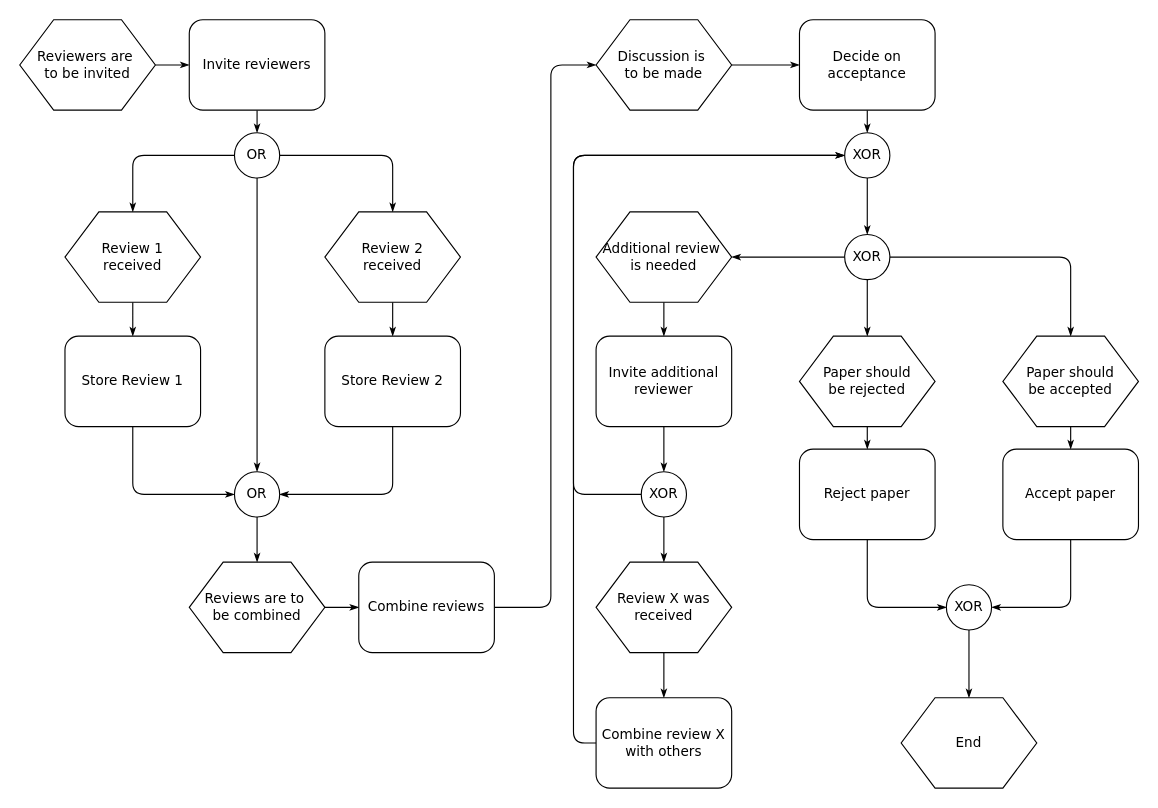
The draw.io diagram 各种系统图/在线测试 Diagram.drawio in loword/student, before the edit. Source tidied: cells renumbered, new cells numbered last; positions are measured from the earlier drawing's top-left corner, leaving out a move shared by most shapes. Both pictures are drawn from the tidied source at 113%, with x=0, y=0 at pixel (19, 19).
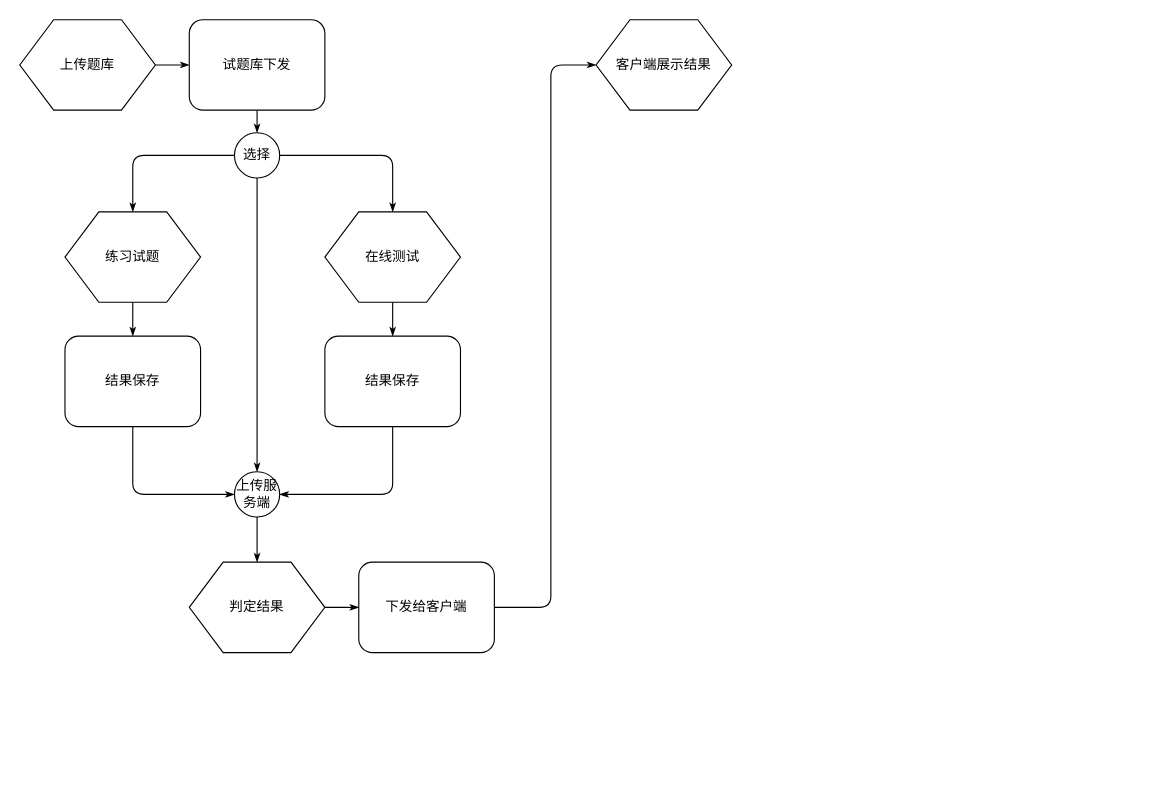
Above is the later version.

The edit, as a diff of the source:
```diff
@@
-    <mxCell id="3" value="Reviewers are&amp;nbsp;&lt;div&gt;to&amp;nbsp;&lt;span&gt;be invited&lt;/span&gt;&lt;/div&gt;" style="shape=hexagon;perimeter=hexagonPerimeter;whiteSpace=wrap;html=1;rounded=0;shadow=0;labelBackgroundColor=none;strokeColor=#000000;strokeWidth=1;fillColor=#ffffff;fontFamily=Verdana;fontSize=12;fontColor=#000000;align=center;" parent="1" vertex="1">
+    <mxCell id="3" value="上传题库" style="shape=hexagon;perimeter=hexagonPerimeter;whiteSpace=wrap;html=1;rounded=0;shadow=0;labelBackgroundColor=none;strokeColor=#000000;strokeWidth=1;fillColor=#ffffff;fontFamily=Verdana;fontSize=12;fontColor=#000000;align=center;" parent="1" vertex="1">
       <mxGeometry width="120" height="80" as="geometry" />
     </mxCell>
@@
-    <mxCell id="5" value="Invite reviewers" style="rounded=1;whiteSpace=wrap;html=1;shadow=0;labelBackgroundColor=none;strokeColor=#000000;strokeWidth=1;fillColor=#ffffff;fontFamily=Verdana;fontSize=12;fontColor=#000000;align=center;" parent="1" vertex="1">
+    <mxCell id="5" value="试题库下发" style="rounded=1;whiteSpace=wrap;html=1;shadow=0;labelBackgroundColor=none;strokeColor=#000000;strokeWidth=1;fillColor=#ffffff;fontFamily=Verdana;fontSize=12;fontColor=#000000;align=center;" parent="1" vertex="1">
       <mxGeometry x="150" width="120" height="80" as="geometry" />
     </mxCell>
@@
-    <mxCell id="9" value="OR" style="ellipse;whiteSpace=wrap;html=1;rounded=1;shadow=0;labelBackgroundColor=none;strokeColor=#000000;strokeWidth=1;fillColor=#ffffff;fontFamily=Verdana;fontSize=12;fontColor=#000000;align=center;" parent="1" vertex="1">
+    <mxCell id="9" value="选择" style="ellipse;whiteSpace=wrap;html=1;rounded=1;shadow=0;labelBackgroundColor=none;strokeColor=#000000;strokeWidth=1;fillColor=#ffffff;fontFamily=Verdana;fontSize=12;fontColor=#000000;align=center;" parent="1" vertex="1">
       <mxGeometry x="190" y="100" width="40" height="40" as="geometry" />
     </mxCell>
@@
-    <mxCell id="11" value="Review 1&lt;div&gt;received&lt;/div&gt;" style="shape=hexagon;perimeter=hexagonPerimeter;whiteSpace=wrap;html=1;rounded=0;shadow=0;labelBackgroundColor=none;strokeColor=#000000;strokeWidth=1;fillColor=#ffffff;fontFamily=Verdana;fontSize=12;fontColor=#000000;align=center;" parent="1" vertex="1">
+    <mxCell id="11" value="练习试题" style="shape=hexagon;perimeter=hexagonPerimeter;whiteSpace=wrap;html=1;rounded=0;shadow=0;labelBackgroundColor=none;strokeColor=#000000;strokeWidth=1;fillColor=#ffffff;fontFamily=Verdana;fontSize=12;fontColor=#000000;align=center;" parent="1" vertex="1">
       <mxGeometry x="40" y="170" width="120" height="80" as="geometry" />
     </mxCell>
@@
-    <mxCell id="13" value="Review 2&lt;div&gt;received&lt;/div&gt;" style="shape=hexagon;perimeter=hexagonPerimeter;whiteSpace=wrap;html=1;rounded=0;shadow=0;labelBackgroundColor=none;strokeColor=#000000;strokeWidth=1;fillColor=#ffffff;fontFamily=Verdana;fontSize=12;fontColor=#000000;align=center;" parent="1" vertex="1">
+    <mxCell id="13" value="在线测试&lt;br&gt;" style="shape=hexagon;perimeter=hexagonPerimeter;whiteSpace=wrap;html=1;rounded=0;shadow=0;labelBackgroundColor=none;strokeColor=#000000;strokeWidth=1;fillColor=#ffffff;fontFamily=Verdana;fontSize=12;fontColor=#000000;align=center;" parent="1" vertex="1">
       <mxGeometry x="270" y="170" width="120" height="80" as="geometry" />
     </mxCell>
@@
-    <mxCell id="15" value="Store Review 1" style="rounded=1;whiteSpace=wrap;html=1;shadow=0;labelBackgroundColor=none;strokeColor=#000000;strokeWidth=1;fillColor=#ffffff;fontFamily=Verdana;fontSize=12;fontColor=#000000;align=center;" parent="1" vertex="1">
+    <mxCell id="15" value="结果保存" style="rounded=1;whiteSpace=wrap;html=1;shadow=0;labelBackgroundColor=none;strokeColor=#000000;strokeWidth=1;fillColor=#ffffff;fontFamily=Verdana;fontSize=12;fontColor=#000000;align=center;" parent="1" vertex="1">
       <mxGeometry x="40" y="280" width="120" height="80" as="geometry" />
     </mxCell>
@@
-    <mxCell id="17" value="Store Review 2" style="rounded=1;whiteSpace=wrap;html=1;shadow=0;labelBackgroundColor=none;strokeColor=#000000;strokeWidth=1;fillColor=#ffffff;fontFamily=Verdana;fontSize=12;fontColor=#000000;align=center;" parent="1" vertex="1">
+    <mxCell id="17" value="结果保存" style="rounded=1;whiteSpace=wrap;html=1;shadow=0;labelBackgroundColor=none;strokeColor=#000000;strokeWidth=1;fillColor=#ffffff;fontFamily=Verdana;fontSize=12;fontColor=#000000;align=center;" parent="1" vertex="1">
       <mxGeometry x="270" y="280" width="120" height="80" as="geometry" />
     </mxCell>
@@
-    <mxCell id="19" value="OR" style="ellipse;whiteSpace=wrap;html=1;rounded=1;shadow=0;labelBackgroundColor=none;strokeColor=#000000;strokeWidth=1;fillColor=#ffffff;fontFamily=Verdana;fontSize=12;fontColor=#000000;align=center;" parent="1" vertex="1">
+    <mxCell id="19" value="上传服务端" style="ellipse;whiteSpace=wrap;html=1;rounded=1;shadow=0;labelBackgroundColor=none;strokeColor=#000000;strokeWidth=1;fillColor=#ffffff;fontFamily=Verdana;fontSize=12;fontColor=#000000;align=center;" parent="1" vertex="1">
       <mxGeometry x="190" y="400" width="40" height="40" as="geometry" />
     </mxCell>
@@
-    <mxCell id="21" value="Reviews are to&amp;nbsp;&lt;div&gt;be combined&lt;/div&gt;" style="shape=hexagon;perimeter=hexagonPerimeter;whiteSpace=wrap;html=1;rounded=0;shadow=0;labelBackgroundColor=none;strokeColor=#000000;strokeWidth=1;fillColor=#ffffff;fontFamily=Verdana;fontSize=12;fontColor=#000000;align=center;" parent="1" vertex="1">
+    <mxCell id="21" value="判定结果&lt;br&gt;" style="shape=hexagon;perimeter=hexagonPerimeter;whiteSpace=wrap;html=1;rounded=0;shadow=0;labelBackgroundColor=none;strokeColor=#000000;strokeWidth=1;fillColor=#ffffff;fontFamily=Verdana;fontSize=12;fontColor=#000000;align=center;" parent="1" vertex="1">
       <mxGeometry x="150" y="480" width="120" height="80" as="geometry" />
     </mxCell>
@@
-    <mxCell id="23" value="Combine reviews" style="rounded=1;whiteSpace=wrap;html=1;shadow=0;labelBackgroundColor=none;strokeColor=#000000;strokeWidth=1;fillColor=#ffffff;fontFamily=Verdana;fontSize=12;fontColor=#000000;align=center;" parent="1" vertex="1">
+    <mxCell id="23" value="下发给客户端" style="rounded=1;whiteSpace=wrap;html=1;shadow=0;labelBackgroundColor=none;strokeColor=#000000;strokeWidth=1;fillColor=#ffffff;fontFamily=Verdana;fontSize=12;fontColor=#000000;align=center;" parent="1" vertex="1">
       <mxGeometry x="300" y="480" width="120" height="80" as="geometry" />
     </mxCell>
-    <mxCell id="24" style="edgeStyle=orthogonalEdgeStyle;rounded=1;html=1;labelBackgroundColor=none;startArrow=none;startFill=0;startSize=5;endArrow=classicThin;endFill=1;endSize=5;jettySize=auto;strokeColor=#000000;strokeWidth=1;fontFamily=Verdana;fontSize=8;fontColor=#000000;" parent="1" edge="1" source="25" target="27">
-      <mxGeometry relative="1" as="geometry" />
-    </mxCell>
-    <mxCell id="25" value="Discussion is&amp;nbsp;&lt;div&gt;to be made&lt;/div&gt;" style="shape=hexagon;perimeter=hexagonPerimeter;whiteSpace=wrap;html=1;rounded=0;shadow=0;labelBackgroundColor=none;strokeColor=#000000;strokeWidth=1;fillColor=#ffffff;fontFamily=Verdana;fontSize=12;fontColor=#000000;align=center;" parent="1" vertex="1">
+    <mxCell id="25" value="客户端展示结果&lt;br&gt;" style="shape=hexagon;perimeter=hexagonPerimeter;whiteSpace=wrap;html=1;rounded=0;shadow=0;labelBackgroundColor=none;strokeColor=#000000;strokeWidth=1;fillColor=#ffffff;fontFamily=Verdana;fontSize=12;fontColor=#000000;align=center;" parent="1" vertex="1">
       <mxGeometry x="510" width="120" height="80" as="geometry" />
     </mxCell>
-    <mxCell id="26" style="edgeStyle=orthogonalEdgeStyle;rounded=1;html=1;labelBackgroundColor=none;startArrow=none;startFill=0;startSize=5;endArrow=classicThin;endFill=1;endSize=5;jettySize=auto;strokeColor=#000000;strokeWidth=1;fontFamily=Verdana;fontSize=8;fontColor=#000000;" parent="1" edge="1" source="27" target="29">
-      <mxGeometry relative="1" as="geometry" />
-    </mxCell>
-    <mxCell id="27" value="Decide on acceptance" style="rounded=1;whiteSpace=wrap;html=1;shadow=0;labelBackgroundColor=none;strokeColor=#000000;strokeWidth=1;fillColor=#ffffff;fontFamily=Verdana;fontSize=12;fontColor=#000000;align=center;" parent="1" vertex="1">
-      <mxGeometry x="690" width="120" height="80" as="geometry" />
-    </mxCell>
-    <mxCell id="28" style="edgeStyle=orthogonalEdgeStyle;rounded=1;html=1;labelBackgroundColor=none;startArrow=none;startFill=0;startSize=5;endArrow=classicThin;endFill=1;endSize=5;jettySize=auto;strokeColor=#000000;strokeWidth=1;fontFamily=Verdana;fontSize=8;fontColor=#000000;" parent="1" edge="1" source="29" target="35">
-      <mxGeometry relative="1" as="geometry" />
-    </mxCell>
-    <mxCell id="29" value="XOR" style="ellipse;whiteSpace=wrap;html=1;rounded=1;shadow=0;labelBackgroundColor=none;strokeColor=#000000;strokeWidth=1;fillColor=#ffffff;fontFamily=Verdana;fontSize=12;fontColor=#000000;align=center;" parent="1" vertex="1">
-      <mxGeometry x="730" y="100" width="40" height="40" as="geometry" />
-    </mxCell>
-    <mxCell id="30" style="edgeStyle=orthogonalEdgeStyle;rounded=1;html=1;labelBackgroundColor=none;startArrow=none;startFill=0;startSize=5;endArrow=classicThin;endFill=1;endSize=5;jettySize=auto;strokeColor=#000000;strokeWidth=1;fontFamily=Verdana;fontSize=8;fontColor=#000000;" parent="1" edge="1" source="31" target="37">
-      <mxGeometry relative="1" as="geometry" />
-    </mxCell>
-    <mxCell id="31" value="Additional review&amp;nbsp;&lt;div&gt;is needed&lt;/div&gt;" style="shape=hexagon;perimeter=hexagonPerimeter;whiteSpace=wrap;html=1;rounded=0;shadow=0;labelBackgroundColor=none;strokeColor=#000000;strokeWidth=1;fillColor=#ffffff;fontFamily=Verdana;fontSize=12;fontColor=#000000;align=center;" parent="1" vertex="1">
-      <mxGeometry x="510" y="170" width="120" height="80" as="geometry" />
-    </mxCell>
-    <mxCell id="32" style="edgeStyle=orthogonalEdgeStyle;rounded=1;html=1;labelBackgroundColor=none;startArrow=none;startFill=0;startSize=5;endArrow=classicThin;endFill=1;endSize=5;jettySize=auto;strokeColor=#000000;strokeWidth=1;fontFamily=Verdana;fontSize=8;fontColor=#000000;" parent="1" edge="1" source="35" target="39">
-      <mxGeometry relative="1" as="geometry" />
-    </mxCell>
-    <mxCell id="33" style="edgeStyle=orthogonalEdgeStyle;rounded=1;html=1;labelBackgroundColor=none;startArrow=none;startFill=0;startSize=5;endArrow=classicThin;endFill=1;endSize=5;jettySize=auto;strokeColor=#000000;strokeWidth=1;fontFamily=Verdana;fontSize=8;fontColor=#000000;" parent="1" edge="1" source="35" target="41">
-      <mxGeometry relative="1" as="geometry" />
-    </mxCell>
-    <mxCell id="34" style="edgeStyle=orthogonalEdgeStyle;rounded=1;html=1;labelBackgroundColor=none;startArrow=none;startFill=0;startSize=5;endArrow=classicThin;endFill=1;endSize=5;jettySize=auto;strokeColor=#000000;strokeWidth=1;fontFamily=Verdana;fontSize=8;fontColor=#000000;" parent="1" edge="1" source="35" target="31">
-      <mxGeometry relative="1" as="geometry" />
-    </mxCell>
-    <mxCell id="35" value="XOR" style="ellipse;whiteSpace=wrap;html=1;rounded=1;shadow=0;labelBackgroundColor=none;strokeColor=#000000;strokeWidth=1;fillColor=#ffffff;fontFamily=Verdana;fontSize=12;fontColor=#000000;align=center;" parent="1" vertex="1">
-      <mxGeometry x="730" y="190" width="40" height="40" as="geometry" />
-    </mxCell>
-    <mxCell id="36" style="edgeStyle=orthogonalEdgeStyle;rounded=1;html=1;labelBackgroundColor=none;startArrow=none;startFill=0;startSize=5;endArrow=classicThin;endFill=1;endSize=5;jettySize=auto;strokeColor=#000000;strokeWidth=1;fontFamily=Verdana;fontSize=8;fontColor=#000000;" parent="1" edge="1" source="37" target="44">
-      <mxGeometry relative="1" as="geometry" />
-    </mxCell>
-    <mxCell id="37" value="Invite additional reviewer" style="rounded=1;whiteSpace=wrap;html=1;shadow=0;labelBackgroundColor=none;strokeColor=#000000;strokeWidth=1;fillColor=#ffffff;fontFamily=Verdana;fontSize=12;fontColor=#000000;align=center;" parent="1" vertex="1">
-      <mxGeometry x="510" y="280" width="120" height="80" as="geometry" />
-    </mxCell>
-    <mxCell id="38" style="edgeStyle=orthogonalEdgeStyle;rounded=1;html=1;labelBackgroundColor=none;startArrow=none;startFill=0;startSize=5;endArrow=classicThin;endFill=1;endSize=5;jettySize=auto;strokeColor=#000000;strokeWidth=1;fontFamily=Verdana;fontSize=8;fontColor=#000000;" parent="1" edge="1" source="39" target="46">
-      <mxGeometry relative="1" as="geometry" />
-    </mxCell>
-    <mxCell id="39" value="Paper should&lt;div&gt;be rejected&lt;/div&gt;" style="shape=hexagon;perimeter=hexagonPerimeter;whiteSpace=wrap;html=1;rounded=0;shadow=0;labelBackgroundColor=none;strokeColor=#000000;strokeWidth=1;fillColor=#ffffff;fontFamily=Verdana;fontSize=12;fontColor=#000000;align=center;" parent="1" vertex="1">
-      <mxGeometry x="690" y="280" width="120" height="80" as="geometry" />
-    </mxCell>
-    <mxCell id="40" style="edgeStyle=orthogonalEdgeStyle;rounded=1;html=1;labelBackgroundColor=none;startArrow=none;startFill=0;startSize=5;endArrow=classicThin;endFill=1;endSize=5;jettySize=auto;strokeColor=#000000;strokeWidth=1;fontFamily=Verdana;fontSize=8;fontColor=#000000;" parent="1" edge="1" source="41" target="48">
-      <mxGeometry relative="1" as="geometry" />
-    </mxCell>
-    <mxCell id="41" value="Paper should&lt;div&gt;be accepted&lt;/div&gt;" style="shape=hexagon;perimeter=hexagonPerimeter;whiteSpace=wrap;html=1;rounded=0;shadow=0;labelBackgroundColor=none;strokeColor=#000000;strokeWidth=1;fillColor=#ffffff;fontFamily=Verdana;fontSize=12;fontColor=#000000;align=center;" parent="1" vertex="1">
-      <mxGeometry x="870" y="280" width="120" height="80" as="geometry" />
-    </mxCell>
-    <mxCell id="42" style="edgeStyle=orthogonalEdgeStyle;rounded=1;html=1;labelBackgroundColor=none;startArrow=none;startFill=0;startSize=5;endArrow=classicThin;endFill=1;endSize=5;jettySize=auto;strokeColor=#000000;strokeWidth=1;fontFamily=Verdana;fontSize=8;fontColor=#000000;" parent="1" edge="1" source="44" target="50">
-      <mxGeometry relative="1" as="geometry" />
-    </mxCell>
-    <mxCell id="43" style="edgeStyle=orthogonalEdgeStyle;rounded=1;html=1;labelBackgroundColor=none;startArrow=none;startFill=0;startSize=5;endArrow=classicThin;endFill=1;endSize=5;jettySize=auto;strokeColor=#000000;strokeWidth=1;fontFamily=Verdana;fontSize=8;fontColor=#000000;" parent="1" edge="1" source="44" target="29">
+    <mxCell id="43" style="edgeStyle=orthogonalEdgeStyle;rounded=1;html=1;labelBackgroundColor=none;startArrow=none;startFill=0;startSize=5;endArrow=classicThin;endFill=1;endSize=5;jettySize=auto;orthogonalLoop=1;strokeColor=#000000;strokeWidth=1;fontFamily=Verdana;fontSize=8;fontColor=#000000;" parent="1" edge="1">
       <mxGeometry relative="1" as="geometry">
+        <mxPoint x="730" y="120" as="targetPoint" />
         <Array as="points">
           <mxPoint x="490" y="420" />
           <mxPoint x="490" y="120" />
         </Array>
       </mxGeometry>
     </mxCell>
-    <mxCell id="44" value="XOR" style="ellipse;whiteSpace=wrap;html=1;rounded=1;shadow=0;labelBackgroundColor=none;strokeColor=#000000;strokeWidth=1;fillColor=#ffffff;fontFamily=Verdana;fontSize=12;fontColor=#000000;align=center;" parent="1" vertex="1">
-      <mxGeometry x="550" y="400" width="40" height="40" as="geometry" />
-    </mxCell>
-    <mxCell id="45" style="edgeStyle=orthogonalEdgeStyle;rounded=1;html=1;labelBackgroundColor=none;startArrow=none;startFill=0;startSize=5;endArrow=classicThin;endFill=1;endSize=5;jettySize=auto;strokeColor=#000000;strokeWidth=1;fontFamily=Verdana;fontSize=8;fontColor=#000000;" parent="1" edge="1" source="46" target="52">
-      <mxGeometry relative="1" as="geometry">
-        <Array as="points">
-          <mxPoint x="750" y="520" />
-        </Array>
-      </mxGeometry>
-    </mxCell>
-    <mxCell id="46" value="Reject paper" style="rounded=1;whiteSpace=wrap;html=1;shadow=0;labelBackgroundColor=none;strokeColor=#000000;strokeWidth=1;fillColor=#ffffff;fontFamily=Verdana;fontSize=12;fontColor=#000000;align=center;" parent="1" vertex="1">
-      <mxGeometry x="690" y="380" width="120" height="80" as="geometry" />
-    </mxCell>
-    <mxCell id="47" style="edgeStyle=orthogonalEdgeStyle;rounded=1;html=1;labelBackgroundColor=none;startArrow=none;startFill=0;startSize=5;endArrow=classicThin;endFill=1;endSize=5;jettySize=auto;strokeColor=#000000;strokeWidth=1;fontFamily=Verdana;fontSize=8;fontColor=#000000;" parent="1" edge="1" source="48" target="52">
-      <mxGeometry relative="1" as="geometry">
-        <Array as="points">
-          <mxPoint x="930" y="520" />
-        </Array>
-      </mxGeometry>
-    </mxCell>
-    <mxCell id="48" value="Accept paper" style="rounded=1;whiteSpace=wrap;html=1;shadow=0;labelBackgroundColor=none;strokeColor=#000000;strokeWidth=1;fillColor=#ffffff;fontFamily=Verdana;fontSize=12;fontColor=#000000;align=center;" parent="1" vertex="1">
-      <mxGeometry x="870" y="380" width="120" height="80" as="geometry" />
-    </mxCell>
-    <mxCell id="49" style="edgeStyle=orthogonalEdgeStyle;rounded=1;html=1;labelBackgroundColor=none;startArrow=none;startFill=0;startSize=5;endArrow=classicThin;endFill=1;endSize=5;jettySize=auto;strokeColor=#000000;strokeWidth=1;fontFamily=Verdana;fontSize=8;fontColor=#000000;" parent="1" edge="1" source="50" target="55">
-      <mxGeometry relative="1" as="geometry" />
-    </mxCell>
-    <mxCell id="50" value="Review X was received" style="shape=hexagon;perimeter=hexagonPerimeter;whiteSpace=wrap;html=1;rounded=0;shadow=0;labelBackgroundColor=none;strokeColor=#000000;strokeWidth=1;fillColor=#ffffff;fontFamily=Verdana;fontSize=12;fontColor=#000000;align=center;" parent="1" vertex="1">
-      <mxGeometry x="510" y="480" width="120" height="80" as="geometry" />
-    </mxCell>
-    <mxCell id="51" style="edgeStyle=orthogonalEdgeStyle;rounded=1;html=1;labelBackgroundColor=none;startArrow=none;startFill=0;startSize=5;endArrow=classicThin;endFill=1;endSize=5;jettySize=auto;strokeColor=#000000;strokeWidth=1;fontFamily=Verdana;fontSize=8;fontColor=#000000;" parent="1" edge="1" source="52" target="53">
-      <mxGeometry relative="1" as="geometry" />
-    </mxCell>
-    <mxCell id="52" value="XOR" style="ellipse;whiteSpace=wrap;html=1;rounded=1;shadow=0;labelBackgroundColor=none;strokeColor=#000000;strokeWidth=1;fillColor=#ffffff;fontFamily=Verdana;fontSize=12;fontColor=#000000;align=center;" parent="1" vertex="1">
-      <mxGeometry x="820" y="500" width="40" height="40" as="geometry" />
-    </mxCell>
-    <mxCell id="53" value="End" style="shape=hexagon;perimeter=hexagonPerimeter;whiteSpace=wrap;html=1;rounded=0;shadow=0;labelBackgroundColor=none;strokeColor=#000000;strokeWidth=1;fillColor=#ffffff;fontFamily=Verdana;fontSize=12;fontColor=#000000;align=center;" parent="1" vertex="1">
-      <mxGeometry x="780" y="600" width="120" height="80" as="geometry" />
-    </mxCell>
-    <mxCell id="54" style="edgeStyle=orthogonalEdgeStyle;rounded=1;html=1;labelBackgroundColor=none;startArrow=none;startFill=0;startSize=5;endArrow=classicThin;endFill=1;endSize=5;jettySize=auto;strokeColor=#000000;strokeWidth=1;fontFamily=Verdana;fontSize=8;fontColor=#000000;" parent="1" edge="1" source="55" target="29">
-      <mxGeometry relative="1" as="geometry">
-        <Array as="points">
-          <mxPoint x="490" y="640" />
-          <mxPoint x="490" y="120" />
-        </Array>
-      </mxGeometry>
-    </mxCell>
-    <mxCell id="55" value="Combine review X with others" style="rounded=1;whiteSpace=wrap;html=1;shadow=0;labelBackgroundColor=none;strokeColor=#000000;strokeWidth=1;fillColor=#ffffff;fontFamily=Verdana;fontSize=12;fontColor=#000000;align=center;" parent="1" vertex="1">
-      <mxGeometry x="510" y="600" width="120" height="80" as="geometry" />
-    </mxCell>
```
